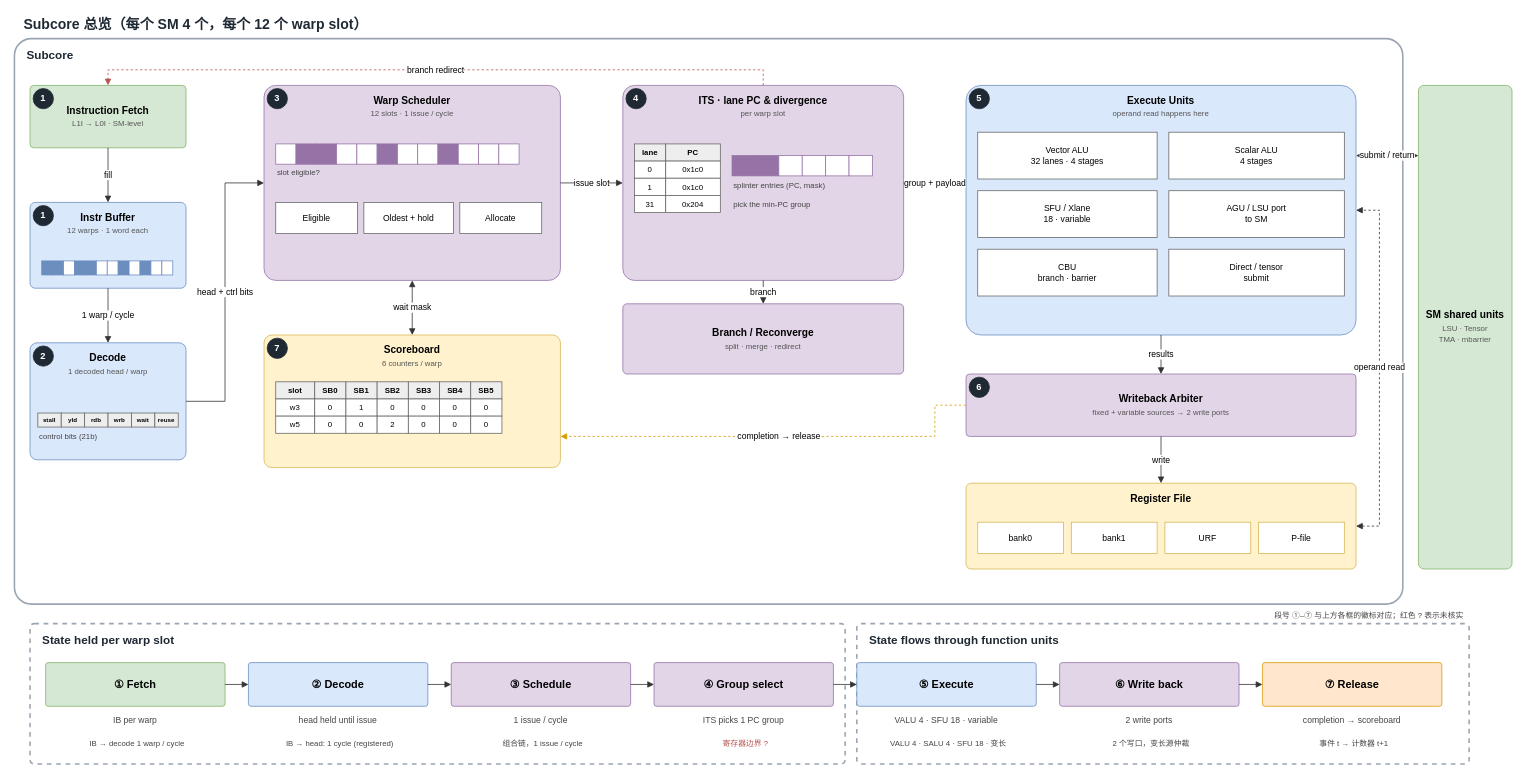
Above: projects/currygpu_subcore_ppt169_20261004/sources/00-subcore-overview.drawio in WHUDYF/PPT-generate (draw.io), before the change. Source tidied: cells renumbered, new cells numbered last; positions are measured from the earlier drawing's top-left corner, leaving out a move shared by most shapes. Both pictures are drawn from the tidied source at 78%, with x=0, y=0 at pixel (14, 13).
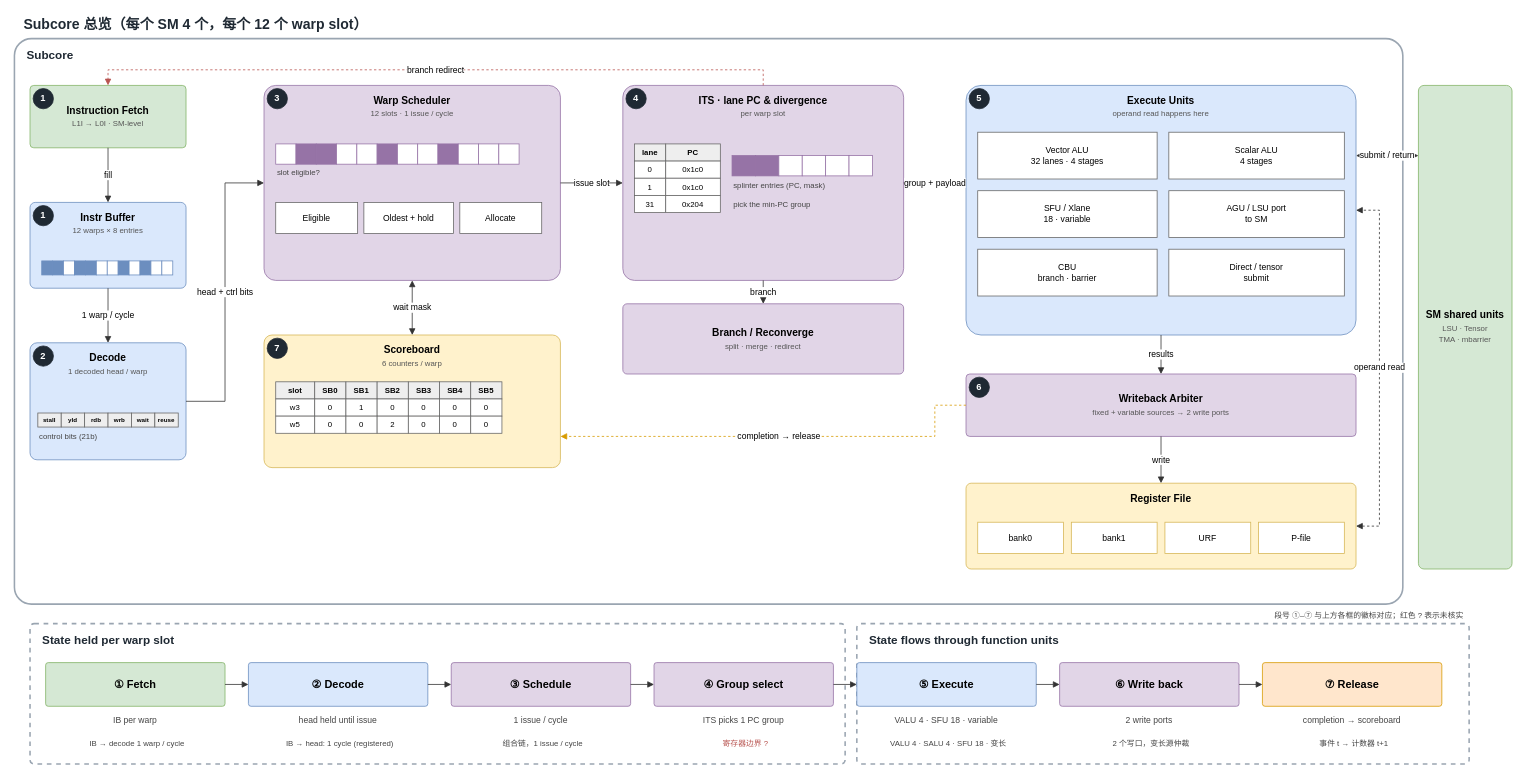
The same diagram, later.

Commit message:
Fix instruction buffer depth label in the subcore overview

The IB holds 8 entries per warp (IbDepth = 8), not 1.

Change to the diagram source:
```diff
@@
-    <mxCell id="5" value="Instr Buffer&lt;br&gt;&lt;font style='font-size:10px;font-weight:normal;color:#555555'&gt;12 warps · 1 word each&lt;/font&gt;" style="rounded=1;arcSize=6;whiteSpace=wrap;html=1;fillColor=#DAE8FC;strokeColor=#6C8EBF;fontSize=13;fontStyle=1;verticalAlign=top;spacingTop=5;" parent="1" vertex="1">
+    <mxCell id="5" value="Instr Buffer&lt;br&gt;&lt;font style='font-size:10px;font-weight:normal;color:#555555'&gt;12 warps × 8 entries&lt;/font&gt;" style="rounded=1;arcSize=6;whiteSpace=wrap;html=1;fillColor=#DAE8FC;strokeColor=#6C8EBF;fontSize=13;fontStyle=1;verticalAlign=top;spacingTop=5;" parent="1" vertex="1">
       <mxGeometry x="20" y="242" width="200" height="110" as="geometry" />
     </mxCell>
```
